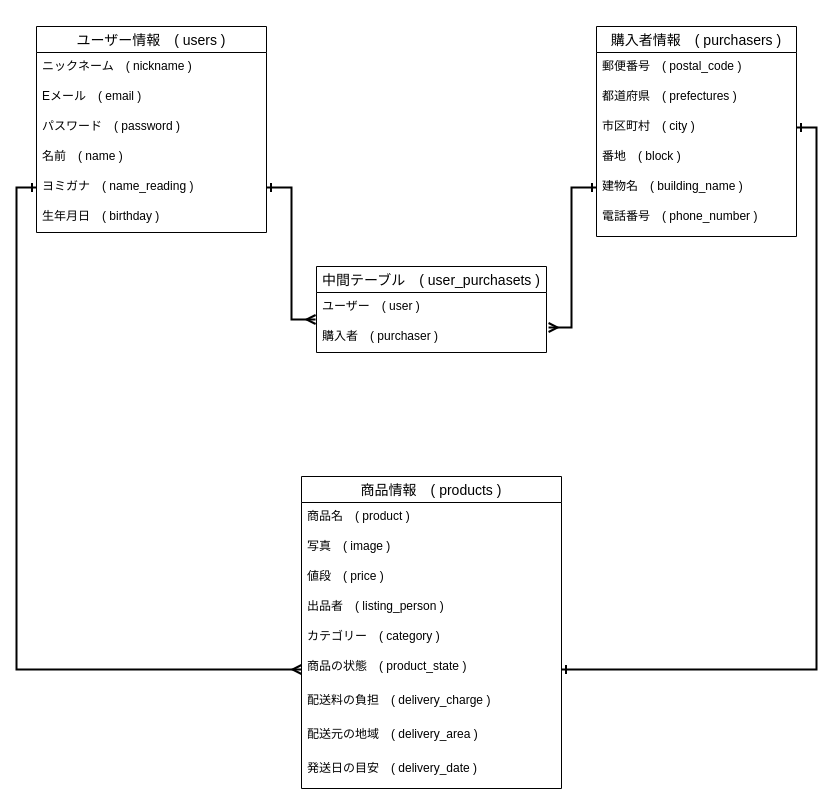
Above: furima_ER.dio in YM520-M94/furima-34252 (draw.io), before the change. Source tidied: cells renumbered, new cells numbered last; positions are measured from the earlier drawing's top-left corner, leaving out a move shared by most shapes. Both pictures are drawn from the tidied source at 100%, with x=0, y=0 at pixel (36, 26).
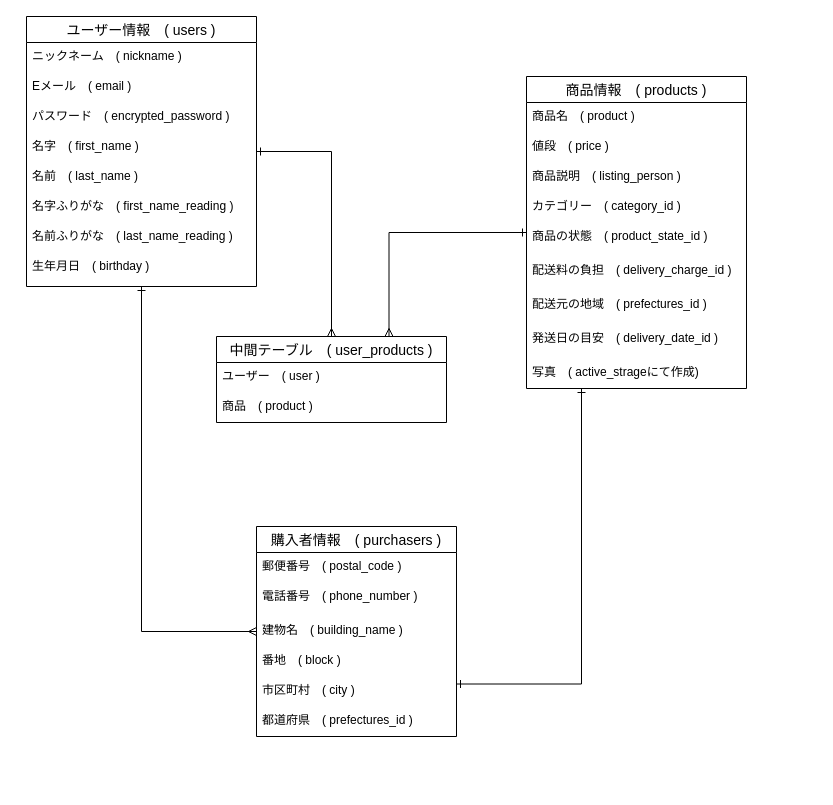
After the change.

Commit message:
修正1) DB設計　ER図作成

Unchanged cells that the change refers to:
```xml
<mxCell id="29" value="ユーザー　( user )" style="text;strokeColor=none;fillColor=none;spacingLeft=4;spacingRight=4;overflow=hidden;points=[[0,0.5],[1,0.5]];portConstraint=eastwest;fontSize=12;" parent="28" vertex="1">
  <mxGeometry y="26" width="230" height="30" as="geometry" />
</mxCell>
```

What changed in the source:
```diff
@@
     <mxCell id="2" value="購入者情報　( purchasers )" style="swimlane;fontStyle=0;horizontal=1;startSize=26;align=center;fontSize=14;" parent="1" vertex="1">
-      <mxGeometry x="560" width="200" height="210" as="geometry" />
+      <mxGeometry x="220" y="500" width="200" height="210" as="geometry" />
     </mxCell>
@@
+    <mxCell id="8" value="電話番号　( phone_number )" style="text;strokeColor=none;fillColor=none;spacingLeft=4;spacingRight=4;overflow=hidden;fontSize=12;" parent="2" vertex="1">
+      <mxGeometry y="56" width="200" height="34" as="geometry" />
+    </mxCell>
+    <mxCell id="7" value="建物名　( building_name )" style="text;strokeColor=none;fillColor=none;spacingLeft=4;spacingRight=4;overflow=hidden;points=[[0,0.5],[1,0.5]];portConstraint=eastwest;fontSize=12;" parent="2" vertex="1">
+      <mxGeometry y="90" width="200" height="30" as="geometry" />
+    </mxCell>
+    <mxCell id="6" value="番地　( block )" style="text;strokeColor=none;fillColor=none;spacingLeft=4;spacingRight=4;overflow=hidden;fontSize=12;" parent="2" vertex="1">
+      <mxGeometry y="120" width="200" height="30" as="geometry" />
+    </mxCell>
+    <mxCell id="5" value="市区町村　( city )" style="text;strokeColor=none;fillColor=none;spacingLeft=4;spacingRight=4;overflow=hidden;points=[[0,0.5],[1,0.5]];portConstraint=eastwest;fontSize=12;" parent="2" vertex="1">
+      <mxGeometry y="150" width="200" height="30" as="geometry" />
+    </mxCell>
-    <mxCell id="4" value="都道府県　( prefectures )" style="text;strokeColor=none;fillColor=none;spacingLeft=4;spacingRight=4;overflow=hidden;fontSize=12;" parent="2" vertex="1">
-      <mxGeometry y="56" width="200" height="30" as="geometry" />
+    <mxCell id="4" value="都道府県　( prefectures_id )" style="text;strokeColor=none;fillColor=none;spacingLeft=4;spacingRight=4;overflow=hidden;fontSize=12;" parent="2" vertex="1">
+      <mxGeometry y="180" width="200" height="30" as="geometry" />
     </mxCell>
-    <mxCell id="5" value="市区町村　( city )" style="text;strokeColor=none;fillColor=none;spacingLeft=4;spacingRight=4;overflow=hidden;points=[[0,0.5],[1,0.5]];portConstraint=eastwest;fontSize=12;" parent="2" vertex="1">
-      <mxGeometry y="86" width="200" height="30" as="geometry" />
-    </mxCell>
-    <mxCell id="6" value="番地　( block )" style="text;strokeColor=none;fillColor=none;spacingLeft=4;spacingRight=4;overflow=hidden;fontSize=12;" parent="2" vertex="1">
-      <mxGeometry y="116" width="200" height="30" as="geometry" />
-    </mxCell>
-    <mxCell id="7" value="建物名　( building_name )" style="text;strokeColor=none;fillColor=none;spacingLeft=4;spacingRight=4;overflow=hidden;points=[[0,0.5],[1,0.5]];portConstraint=eastwest;fontSize=12;" parent="2" vertex="1">
-      <mxGeometry y="146" width="200" height="30" as="geometry" />
-    </mxCell>
-    <mxCell id="8" value="電話番号　( phone_number )" style="text;strokeColor=none;fillColor=none;spacingLeft=4;spacingRight=4;overflow=hidden;fontSize=12;" parent="2" vertex="1">
-      <mxGeometry y="176" width="200" height="34" as="geometry" />
-    </mxCell>
+    <mxCell id="34" style="edgeStyle=orthogonalEdgeStyle;rounded=0;jettySize=auto;html=1;exitX=0.25;exitY=1;exitDx=0;exitDy=0;entryX=1;entryY=0.75;entryDx=0;entryDy=0;startArrow=ERone;startFill=0;endArrow=ERone;endFill=0;" parent="1" edge="1" source="9" target="2">
+      <mxGeometry relative="1" as="geometry" />
+    </mxCell>
+    <mxCell id="35" style="edgeStyle=orthogonalEdgeStyle;rounded=0;jettySize=auto;html=1;exitX=0;exitY=0.5;exitDx=0;exitDy=0;entryX=0.75;entryY=0;entryDx=0;entryDy=0;endArrow=ERmany;endFill=0;startArrow=ERone;startFill=0;" parent="1" edge="1" source="9" target="28">
+      <mxGeometry relative="1" as="geometry" />
+    </mxCell>
     <mxCell id="9" value="商品情報　( products )" style="swimlane;fontStyle=0;horizontal=1;startSize=26;align=center;fontSize=14;" parent="1" vertex="1">
-      <mxGeometry x="265" y="450" width="260" height="312" as="geometry" />
+      <mxGeometry x="490" y="50" width="220" height="312" as="geometry" />
     </mxCell>
     <mxCell id="10" value="商品名　( product )" style="text;strokeColor=none;fillColor=none;spacingLeft=4;spacingRight=4;overflow=hidden;fontSize=12;" parent="9" vertex="1">
-      <mxGeometry y="26" width="260" height="30" as="geometry" />
+      <mxGeometry y="26" width="220" height="30" as="geometry" />
     </mxCell>
-    <mxCell id="11" value="写真　( image )" style="text;strokeColor=none;fillColor=none;spacingLeft=4;spacingRight=4;overflow=hidden;fontSize=12;" parent="9" vertex="1">
-      <mxGeometry y="56" width="260" height="30" as="geometry" />
-    </mxCell>
     <mxCell id="12" value="値段　( price )" style="text;strokeColor=none;fillColor=none;spacingLeft=4;spacingRight=4;overflow=hidden;fontSize=12;" parent="9" vertex="1">
-      <mxGeometry y="86" width="260" height="30" as="geometry" />
+      <mxGeometry y="56" width="220" height="30" as="geometry" />
     </mxCell>
-    <mxCell id="13" value="出品者　( listing_person )" style="text;strokeColor=none;fillColor=none;spacingLeft=4;spacingRight=4;overflow=hidden;points=[[0,0.5],[1,0.5]];portConstraint=eastwest;fontSize=12;" parent="9" vertex="1">
-      <mxGeometry y="116" width="260" height="30" as="geometry" />
+    <mxCell id="13" value="商品説明　( listing_person )" style="text;strokeColor=none;fillColor=none;spacingLeft=4;spacingRight=4;overflow=hidden;points=[[0,0.5],[1,0.5]];portConstraint=eastwest;fontSize=12;" parent="9" vertex="1">
+      <mxGeometry y="86" width="220" height="30" as="geometry" />
     </mxCell>
-    <mxCell id="14" value="カテゴリー　( category )" style="text;strokeColor=none;fillColor=none;spacingLeft=4;spacingRight=4;overflow=hidden;fontSize=12;" parent="9" vertex="1">
-      <mxGeometry y="146" width="260" height="30" as="geometry" />
+    <mxCell id="14" value="カテゴリー　( category_id )" style="text;strokeColor=none;fillColor=none;spacingLeft=4;spacingRight=4;overflow=hidden;fontSize=12;" parent="9" vertex="1">
+      <mxGeometry y="116" width="220" height="30" as="geometry" />
     </mxCell>
-    <mxCell id="15" value="商品の状態　( product_state )" style="text;strokeColor=none;fillColor=none;spacingLeft=4;spacingRight=4;overflow=hidden;points=[[0,0.5],[1,0.5]];portConstraint=eastwest;fontSize=12;" parent="9" vertex="1">
-      <mxGeometry y="176" width="260" height="34" as="geometry" />
+    <mxCell id="15" value="商品の状態　( product_state_id )" style="text;strokeColor=none;fillColor=none;spacingLeft=4;spacingRight=4;overflow=hidden;points=[[0,0.5],[1,0.5]];portConstraint=eastwest;fontSize=12;" parent="9" vertex="1">
+      <mxGeometry y="146" width="220" height="34" as="geometry" />
     </mxCell>
-    <mxCell id="16" value="配送料の負担　( delivery_charge )" style="text;strokeColor=none;fillColor=none;spacingLeft=4;spacingRight=4;overflow=hidden;fontSize=12;" parent="9" vertex="1">
-      <mxGeometry y="210" width="260" height="34" as="geometry" />
+    <mxCell id="16" value="配送料の負担　( delivery_charge_id )" style="text;strokeColor=none;fillColor=none;spacingLeft=4;spacingRight=4;overflow=hidden;fontSize=12;" parent="9" vertex="1">
+      <mxGeometry y="180" width="220" height="34" as="geometry" />
     </mxCell>
-    <mxCell id="17" value="配送元の地域　( delivery_area )" style="text;strokeColor=none;fillColor=none;spacingLeft=4;spacingRight=4;overflow=hidden;fontSize=12;" parent="9" vertex="1">
-      <mxGeometry y="244" width="260" height="34" as="geometry" />
+    <mxCell id="17" value="配送元の地域　( prefectures_id )" style="text;strokeColor=none;fillColor=none;spacingLeft=4;spacingRight=4;overflow=hidden;fontSize=12;" parent="9" vertex="1">
+      <mxGeometry y="214" width="220" height="34" as="geometry" />
     </mxCell>
-    <mxCell id="18" value="発送日の目安　( delivery_date )" style="text;strokeColor=none;fillColor=none;spacingLeft=4;spacingRight=4;overflow=hidden;fontSize=12;" parent="9" vertex="1">
-      <mxGeometry y="278" width="260" height="34" as="geometry" />
+    <mxCell id="18" value="発送日の目安　( delivery_date_id )" style="text;strokeColor=none;fillColor=none;spacingLeft=4;spacingRight=4;overflow=hidden;fontSize=12;" parent="9" vertex="1">
+      <mxGeometry y="248" width="220" height="34" as="geometry" />
     </mxCell>
+    <mxCell id="11" value="写真　( active_strageにて作成)" style="text;strokeColor=none;fillColor=none;spacingLeft=4;spacingRight=4;overflow=hidden;fontSize=12;" parent="9" vertex="1">
+      <mxGeometry y="282" width="220" height="30" as="geometry" />
+    </mxCell>
@@
+    <mxCell id="36" style="edgeStyle=orthogonalEdgeStyle;rounded=0;jettySize=auto;html=1;exitX=1;exitY=0.5;exitDx=0;exitDy=0;entryX=0.5;entryY=0;entryDx=0;entryDy=0;endArrow=ERmany;endFill=0;startArrow=ERone;startFill=0;" parent="1" edge="1" source="20" target="28">
+      <mxGeometry relative="1" as="geometry" />
+    </mxCell>
+    <mxCell id="37" style="edgeStyle=orthogonalEdgeStyle;rounded=0;jettySize=auto;html=1;exitX=0.5;exitY=1;exitDx=0;exitDy=0;entryX=0;entryY=0.5;entryDx=0;entryDy=0;endArrow=ERmany;endFill=0;startArrow=ERone;startFill=0;" parent="1" edge="1" source="20" target="2">
+      <mxGeometry relative="1" as="geometry" />
+    </mxCell>
     <mxCell id="20" value="ユーザー情報　( users )" style="swimlane;fontStyle=0;horizontal=1;startSize=26;align=center;fontSize=14;" parent="1" vertex="1">
-      <mxGeometry width="230" height="206" as="geometry" />
+      <mxGeometry x="-10" y="-10" width="230" height="270" as="geometry" />
     </mxCell>
@@
-    <mxCell id="23" value="パスワード　( password )" style="text;strokeColor=none;fillColor=none;spacingLeft=4;spacingRight=4;overflow=hidden;fontSize=12;" parent="20" vertex="1">
+    <mxCell id="23" value="パスワード　( encrypted_password )" style="text;strokeColor=none;fillColor=none;spacingLeft=4;spacingRight=4;overflow=hidden;fontSize=12;" parent="20" vertex="1">
       <mxGeometry y="86" width="230" height="30" as="geometry" />
     </mxCell>
+    <mxCell id="38" value="名字　( first_name )" style="text;strokeColor=none;fillColor=none;spacingLeft=4;spacingRight=4;overflow=hidden;fontSize=12;" parent="20" vertex="1">
+      <mxGeometry y="116" width="230" height="30" as="geometry" />
+    </mxCell>
-    <mxCell id="24" value="名前　( name )" style="text;strokeColor=none;fillColor=none;spacingLeft=4;spacingRight=4;overflow=hidden;fontSize=12;" parent="20" vertex="1">
-      <mxGeometry y="116" width="230" height="30" as="geometry" />
+    <mxCell id="24" value="名前　( last_name )" style="text;strokeColor=none;fillColor=none;spacingLeft=4;spacingRight=4;overflow=hidden;fontSize=12;" parent="20" vertex="1">
+      <mxGeometry y="146" width="230" height="30" as="geometry" />
     </mxCell>
-    <mxCell id="25" value="ヨミガナ　( name_reading )" style="text;strokeColor=none;fillColor=none;spacingLeft=4;spacingRight=4;overflow=hidden;points=[[0,0.5],[1,0.5]];portConstraint=eastwest;fontSize=12;" parent="20" vertex="1">
-      <mxGeometry y="146" width="230" height="30" as="geometry" />
+    <mxCell id="25" value="名字ふりがな　( first_name_reading )" style="text;strokeColor=none;fillColor=none;spacingLeft=4;spacingRight=4;overflow=hidden;points=[[0,0.5],[1,0.5]];portConstraint=eastwest;fontSize=12;" parent="20" vertex="1">
+      <mxGeometry y="176" width="230" height="30" as="geometry" />
     </mxCell>
+    <mxCell id="39" value="名前ふりがな　( last_name_reading )" style="text;strokeColor=none;fillColor=none;spacingLeft=4;spacingRight=4;overflow=hidden;fontSize=12;" parent="20" vertex="1">
+      <mxGeometry y="206" width="230" height="30" as="geometry" />
+    </mxCell>
     <mxCell id="26" value="生年月日　( birthday )" style="text;strokeColor=none;fillColor=none;spacingLeft=4;spacingRight=4;overflow=hidden;fontSize=12;" parent="20" vertex="1">
-      <mxGeometry y="176" width="230" height="30" as="geometry" />
+      <mxGeometry y="236" width="230" height="34" as="geometry" />
     </mxCell>
-    <mxCell id="27" style="edgeStyle=orthogonalEdgeStyle;rounded=0;jettySize=auto;html=1;exitX=1;exitY=0.5;exitDx=0;exitDy=0;startArrow=ERone;startFill=0;endArrow=ERone;endFill=0;strokeWidth=2;" parent="1" edge="1" source="5" target="15">
-      <mxGeometry relative="1" as="geometry" />
-    </mxCell>
-    <mxCell id="28" value="中間テーブル　( user_purchasets )" style="swimlane;fontStyle=0;horizontal=1;startSize=26;align=center;fontSize=14;" parent="1" vertex="1">
-      <mxGeometry x="280" y="240" width="230" height="86" as="geometry" />
+    <mxCell id="28" value="中間テーブル　( user_products )" style="swimlane;fontStyle=0;horizontal=1;startSize=26;align=center;fontSize=14;" parent="1" vertex="1">
+      <mxGeometry x="180" y="310" width="230" height="86" as="geometry" />
     </mxCell>
@@
-    <mxCell id="30" value="購入者　( purchaser )" style="text;strokeColor=none;fillColor=none;spacingLeft=4;spacingRight=4;overflow=hidden;points=[[0,0.5],[1,0.5]];portConstraint=eastwest;fontSize=12;" parent="28" vertex="1">
+    <mxCell id="30" value="商品　( product )" style="text;strokeColor=none;fillColor=none;spacingLeft=4;spacingRight=4;overflow=hidden;points=[[0,0.5],[1,0.5]];portConstraint=eastwest;fontSize=12;" parent="28" vertex="1">
       <mxGeometry y="56" width="230" height="30" as="geometry" />
     </mxCell>
-    <mxCell id="31" style="edgeStyle=orthogonalEdgeStyle;rounded=0;jettySize=auto;html=1;exitX=0;exitY=0.5;exitDx=0;exitDy=0;entryX=0;entryY=0.5;entryDx=0;entryDy=0;endArrow=ERmany;endFill=0;startArrow=ERone;startFill=0;strokeWidth=2;" parent="1" edge="1" source="25" target="15">
-      <mxGeometry relative="1" as="geometry" />
-    </mxCell>
-    <mxCell id="32" style="edgeStyle=orthogonalEdgeStyle;rounded=0;jettySize=auto;html=1;exitX=1;exitY=0.5;exitDx=0;exitDy=0;entryX=-0.004;entryY=-0.1;entryDx=0;entryDy=0;entryPerimeter=0;startArrow=ERone;startFill=0;endArrow=ERmany;endFill=0;strokeWidth=2;" parent="1" edge="1" source="25" target="30">
-      <mxGeometry relative="1" as="geometry" />
-    </mxCell>
-    <mxCell id="33" style="edgeStyle=orthogonalEdgeStyle;rounded=0;jettySize=auto;html=1;exitX=1.009;exitY=1.167;exitDx=0;exitDy=0;entryX=0;entryY=0.5;entryDx=0;entryDy=0;startArrow=ERmany;startFill=0;endArrow=ERone;endFill=0;strokeWidth=2;exitPerimeter=0;" parent="1" edge="1" source="29" target="7">
-      <mxGeometry relative="1" as="geometry" />
-    </mxCell>
```
